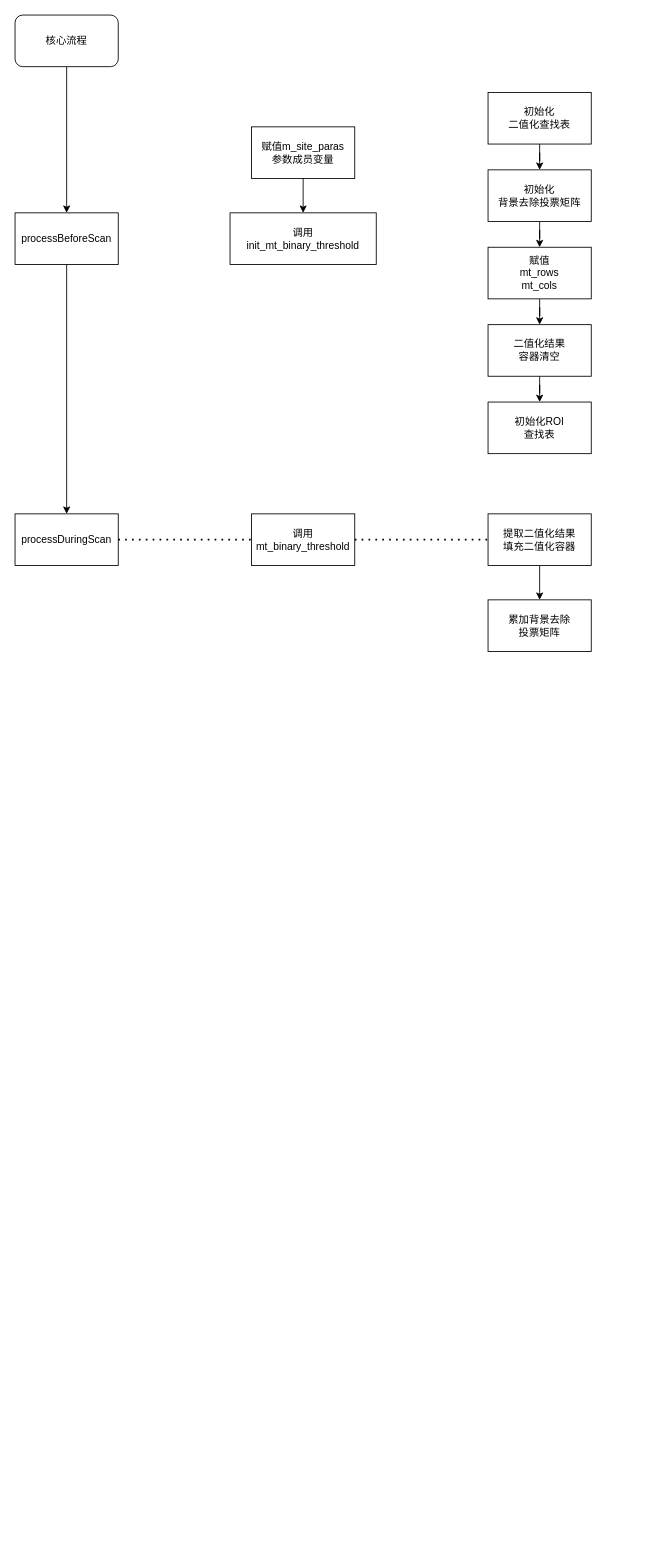
Above: ZMJ新算法调用流程.drawio in liujj05/flowChart (draw.io), before the change. Source tidied: cells renumbered, new cells numbered last; positions are measured from the earlier drawing's top-left corner, leaving out a move shared by most shapes. Both pictures are drawn from the tidied source at 86%, with x=0, y=0 at pixel (15, 15).
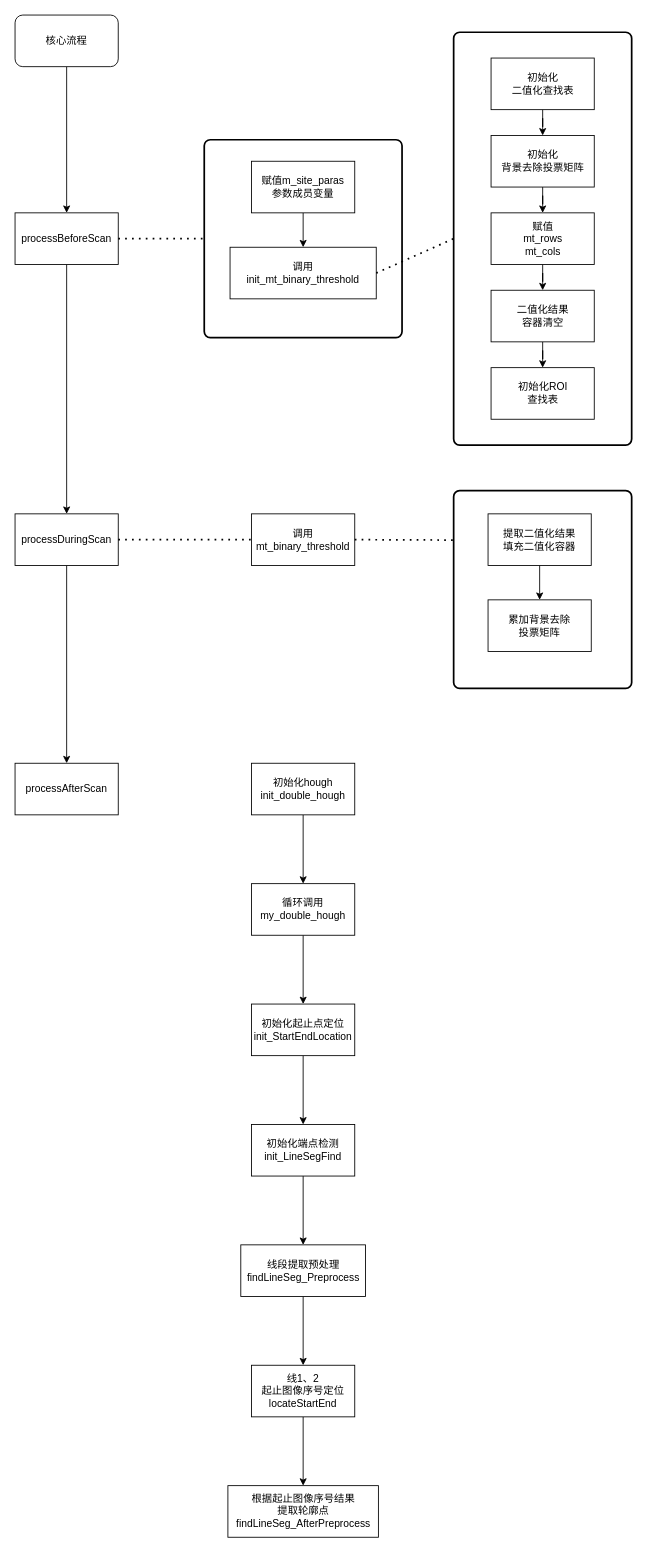
The same page after the edit.

Commit message (it also covers changes not shown here):
Update ZMJ新算法调用流程.drawio

The change refers to these unchanged cells:
```xml
<mxCell id="5" value="processBeforeScan" style="rounded=0;whiteSpace=wrap;html=1;" parent="1" vertex="1">
  <mxGeometry y="230" width="120" height="60" as="geometry" />
</mxCell>
<mxCell id="18" value="processDuringScan" style="rounded=0;whiteSpace=wrap;html=1;" parent="1" vertex="1">
  <mxGeometry y="580" width="120" height="60" as="geometry" />
</mxCell>
<mxCell id="19" value="调用&lt;br&gt;mt_binary_threshold" style="rounded=0;whiteSpace=wrap;html=1;" parent="1" vertex="1">
  <mxGeometry x="275" y="580" width="120" height="60" as="geometry" />
</mxCell>
<mxCell id="21" value="提取二值化结果&lt;br&gt;填充二值化容器" style="rounded=0;whiteSpace=wrap;html=1;" parent="1" vertex="1">
  <mxGeometry x="550" y="580" width="120" height="60" as="geometry" />
</mxCell>
```

What changed in the source:
```diff
@@
+    <mxCell id="25" style="rounded=1;whiteSpace=wrap;html=1;absoluteArcSize=1;arcSize=14;strokeWidth=2;" parent="1" vertex="1">
+      <mxGeometry x="510" y="553" width="207" height="230" as="geometry" />
+    </mxCell>
+    <mxCell id="26" style="rounded=1;whiteSpace=wrap;html=1;absoluteArcSize=1;arcSize=14;strokeWidth=2;" parent="1" vertex="1">
+      <mxGeometry x="510" y="20" width="207" height="480" as="geometry" />
+    </mxCell>
+    <mxCell id="27" style="rounded=1;whiteSpace=wrap;html=1;absoluteArcSize=1;arcSize=14;strokeWidth=2;" parent="1" vertex="1">
+      <mxGeometry x="220" y="145" width="230" height="230" as="geometry" />
+    </mxCell>
@@
     <mxCell id="7" value="赋值m_site_paras&lt;br&gt;参数成员变量" style="rounded=0;whiteSpace=wrap;html=1;" parent="1" vertex="1">
-      <mxGeometry x="275" y="130" width="120" height="60" as="geometry" />
+      <mxGeometry x="275" y="170" width="120" height="60" as="geometry" />
     </mxCell>
     <mxCell id="8" value="调用&lt;br&gt;init_mt_binary_threshold" style="whiteSpace=wrap;html=1;rounded=0;" parent="1" vertex="1">
-      <mxGeometry x="250" y="230" width="170" height="60" as="geometry" />
+      <mxGeometry x="250" y="270" width="170" height="60" as="geometry" />
     </mxCell>
@@
     <mxCell id="10" value="初始化&lt;br&gt;二值化查找表" style="rounded=0;whiteSpace=wrap;html=1;" parent="1" vertex="1">
-      <mxGeometry x="550" y="90" width="120" height="60" as="geometry" />
+      <mxGeometry x="553.5" y="50" width="120" height="60" as="geometry" />
     </mxCell>
@@
     <mxCell id="12" value="初始化&lt;br&gt;背景去除投票矩阵" style="whiteSpace=wrap;html=1;rounded=0;" parent="1" vertex="1">
-      <mxGeometry x="550" y="180" width="120" height="60" as="geometry" />
+      <mxGeometry x="553.5" y="140" width="120" height="60" as="geometry" />
     </mxCell>
@@
     <mxCell id="14" value="赋值&lt;br&gt;mt_rows&lt;br&gt;mt_cols" style="whiteSpace=wrap;html=1;rounded=0;" parent="1" vertex="1">
-      <mxGeometry x="550" y="270" width="120" height="60" as="geometry" />
+      <mxGeometry x="553.5" y="230" width="120" height="60" as="geometry" />
     </mxCell>
@@
     <mxCell id="16" value="二值化结果&lt;br&gt;容器清空" style="whiteSpace=wrap;html=1;rounded=0;" parent="1" vertex="1">
-      <mxGeometry x="550" y="360" width="120" height="60" as="geometry" />
+      <mxGeometry x="553.5" y="320" width="120" height="60" as="geometry" />
     </mxCell>
     <mxCell id="17" value="初始化ROI&lt;br&gt;查找表" style="whiteSpace=wrap;html=1;rounded=0;" parent="1" vertex="1">
-      <mxGeometry x="550" y="450" width="120" height="60" as="geometry" />
+      <mxGeometry x="553.5" y="410" width="120" height="60" as="geometry" />
     </mxCell>
+    <mxCell id="28" style="edgeStyle=orthogonalEdgeStyle;rounded=0;jettySize=auto;html=1;" parent="1" edge="1" source="18" target="31">
+      <mxGeometry relative="1" as="geometry" />
+    </mxCell>
@@
-    <mxCell id="24" style="endArrow=none;dashed=1;html=1;dashPattern=1 3;strokeWidth=2;exitX=1;exitY=0.5;exitDx=0;exitDy=0;entryX=0;entryY=0.5;entryDx=0;entryDy=0;" parent="1" edge="1" source="19" target="21">
+    <mxCell id="24" style="endArrow=none;dashed=1;html=1;dashPattern=1 3;strokeWidth=2;exitX=1;exitY=0.5;exitDx=0;exitDy=0;entryX=0;entryY=0.25;entryDx=0;entryDy=0;" parent="1" edge="1" source="19" target="25">
       <mxGeometry relative="1" as="geometry" />
     </mxCell>
+    <mxCell id="29" style="endArrow=none;dashed=1;html=1;dashPattern=1 3;strokeWidth=2;exitX=1;exitY=0.5;exitDx=0;exitDy=0;entryX=0;entryY=0.5;entryDx=0;entryDy=0;" parent="1" edge="1" source="5" target="27">
+      <mxGeometry relative="1" as="geometry" />
+    </mxCell>
+    <mxCell id="30" style="endArrow=none;dashed=1;html=1;dashPattern=1 3;strokeWidth=2;exitX=1;exitY=0.5;exitDx=0;exitDy=0;entryX=0;entryY=0.5;entryDx=0;entryDy=0;" parent="1" edge="1" source="8" target="26">
+      <mxGeometry relative="1" as="geometry" />
+    </mxCell>
+    <mxCell id="31" value="processAfterScan" style="whiteSpace=wrap;html=1;rounded=0;" parent="1" vertex="1">
+      <mxGeometry y="870" width="120" height="60" as="geometry" />
+    </mxCell>
+    <mxCell id="32" style="edgeStyle=orthogonalEdgeStyle;rounded=0;jettySize=auto;html=1;" parent="1" edge="1" source="33" target="35">
+      <mxGeometry relative="1" as="geometry" />
+    </mxCell>
+    <mxCell id="33" value="循环调用&lt;br&gt;my_double_hough" style="rounded=0;whiteSpace=wrap;html=1;" parent="1" vertex="1">
+      <mxGeometry x="275" y="1010" width="120" height="60" as="geometry" />
+    </mxCell>
+    <mxCell id="34" style="edgeStyle=orthogonalEdgeStyle;rounded=0;jettySize=auto;html=1;" parent="1" edge="1" source="35" target="39">
+      <mxGeometry relative="1" as="geometry" />
+    </mxCell>
+    <mxCell id="35" value="初始化起止点定位&lt;br&gt;init_StartEndLocation" style="whiteSpace=wrap;html=1;rounded=0;" parent="1" vertex="1">
+      <mxGeometry x="275" y="1150" width="120" height="60" as="geometry" />
+    </mxCell>
+    <mxCell id="36" style="edgeStyle=orthogonalEdgeStyle;rounded=0;jettySize=auto;html=1;" parent="1" edge="1" source="37" target="33">
+      <mxGeometry relative="1" as="geometry" />
+    </mxCell>
+    <mxCell id="37" value="初始化hough&lt;br&gt;init_double_hough" style="rounded=0;whiteSpace=wrap;html=1;" parent="1" vertex="1">
+      <mxGeometry x="275" y="870" width="120" height="60" as="geometry" />
+    </mxCell>
+    <mxCell id="38" style="edgeStyle=orthogonalEdgeStyle;rounded=0;jettySize=auto;html=1;" parent="1" edge="1" source="39" target="41">
+      <mxGeometry relative="1" as="geometry" />
+    </mxCell>
+    <mxCell id="39" value="初始化端点检测&lt;br&gt;init_LineSegFind" style="whiteSpace=wrap;html=1;rounded=0;" parent="1" vertex="1">
+      <mxGeometry x="275" y="1290" width="120" height="60" as="geometry" />
+    </mxCell>
+    <mxCell id="40" style="edgeStyle=orthogonalEdgeStyle;rounded=0;jettySize=auto;html=1;" parent="1" edge="1" source="41" target="43">
+      <mxGeometry relative="1" as="geometry" />
+    </mxCell>
+    <mxCell id="41" value="线段提取预处理&lt;br&gt;findLineSeg_Preprocess" style="whiteSpace=wrap;html=1;rounded=0;" parent="1" vertex="1">
+      <mxGeometry x="262.5" y="1430" width="145" height="60" as="geometry" />
+    </mxCell>
+    <mxCell id="42" style="edgeStyle=orthogonalEdgeStyle;rounded=0;jettySize=auto;html=1;" parent="1" edge="1" source="43" target="44">
+      <mxGeometry relative="1" as="geometry" />
+    </mxCell>
+    <mxCell id="43" value="线1、2&lt;br&gt;起止图像序号定位&lt;br&gt;locateStartEnd" style="whiteSpace=wrap;html=1;rounded=0;" parent="1" vertex="1">
+      <mxGeometry x="275" y="1570" width="120" height="60" as="geometry" />
+    </mxCell>
+    <mxCell id="44" value="根据起止图像序号结果&lt;br&gt;提取轮廓点&lt;br&gt;findLineSeg_AfterPreprocess" style="whiteSpace=wrap;html=1;rounded=0;" parent="1" vertex="1">
+      <mxGeometry x="247.5" y="1710" width="175" height="60" as="geometry" />
+    </mxCell>
```
